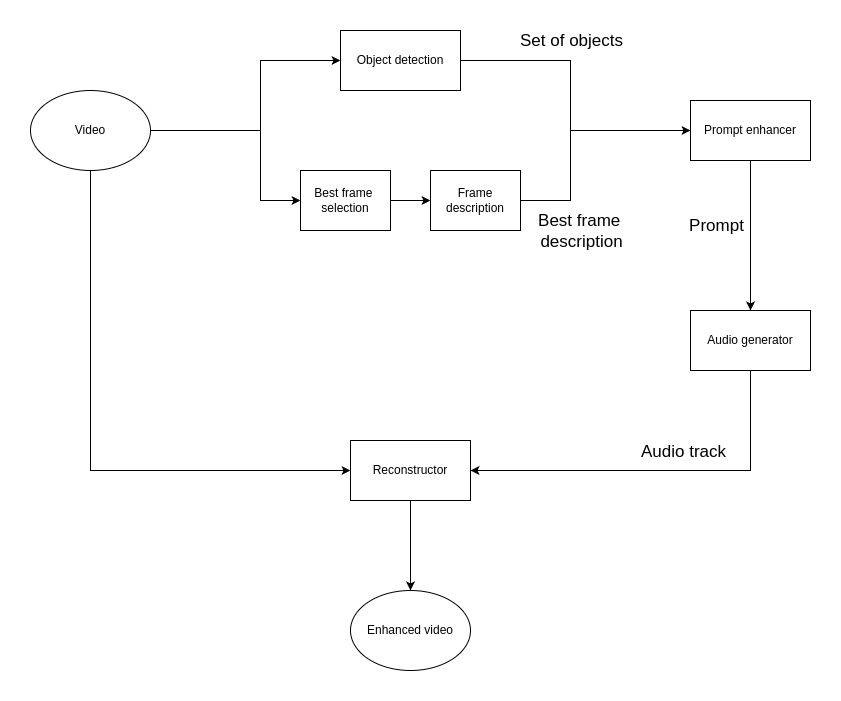
Above: Final_report/final_architecture.png in maikuvit/Immersivaudio (draw.io), before the change. Source tidied: cells renumbered, new cells last; positions are measured from the earlier drawing's top-left corner, leaving out a move shared by most shapes. Its diagram source:
```xml
<mxGraphModel>
  <root>
    <mxCell id="0" />
    <mxCell id="1" parent="0" />
    <mxCell id="2" style="edgeStyle=orthogonalEdgeStyle;rounded=0;jettySize=auto;html=1;exitX=1;exitY=0.5;exitDx=0;exitDy=0;entryX=0;entryY=0.5;entryDx=0;entryDy=0;" parent="1" edge="1" source="5" target="8">
      <mxGeometry relative="1" as="geometry">
        <Array as="points">
          <mxPoint x="540" y="30" />
          <mxPoint x="540" y="100" />
        </Array>
      </mxGeometry>
    </mxCell>
    <mxCell id="3" value="&lt;span style=&quot;font-size: 17px;&quot;&gt;S&lt;/span&gt;&lt;span style=&quot;font-size: 17px;&quot;&gt;et of objects&lt;/span&gt;" style="edgeLabel;html=1;align=center;verticalAlign=middle;" parent="2" vertex="1">
      <mxGeometry y="-1" relative="1" as="geometry">
        <mxPoint x="1" y="-60" as="offset" />
      </mxGeometry>
    </mxCell>
    <mxCell id="4" value="&lt;span style=&quot;font-size: 17px;&quot;&gt;Best frame&amp;nbsp;&lt;br&gt;description&lt;/span&gt;" style="edgeLabel;html=1;align=center;verticalAlign=middle;" parent="2" vertex="1">
      <mxGeometry y="-1" relative="1" as="geometry">
        <mxPoint x="11" y="130" as="offset" />
      </mxGeometry>
    </mxCell>
    <mxCell id="5" value="Object detection" style="rounded=0;whiteSpace=wrap;html=1;" parent="1" vertex="1">
      <mxGeometry x="310" width="120" height="60" as="geometry" />
    </mxCell>
    <mxCell id="6" style="edgeStyle=orthogonalEdgeStyle;rounded=0;jettySize=auto;html=1;exitX=0.5;exitY=1;exitDx=0;exitDy=0;" parent="1" edge="1" source="8" target="11">
      <mxGeometry relative="1" as="geometry" />
    </mxCell>
    <mxCell id="7" value="&lt;font style=&quot;font-size: 17px;&quot;&gt;Prompt&lt;/font&gt;" style="edgeLabel;html=1;align=center;verticalAlign=middle;" parent="6" vertex="1">
      <mxGeometry x="-0.14" y="1" relative="1" as="geometry">
        <mxPoint x="-36" as="offset" />
      </mxGeometry>
    </mxCell>
    <mxCell id="8" value="Prompt enhancer" style="rounded=0;whiteSpace=wrap;html=1;" parent="1" vertex="1">
      <mxGeometry x="660" y="70" width="120" height="60" as="geometry" />
    </mxCell>
    <mxCell id="9" style="edgeStyle=orthogonalEdgeStyle;rounded=0;jettySize=auto;html=1;exitX=0.5;exitY=1;exitDx=0;exitDy=0;entryX=1;entryY=0.5;entryDx=0;entryDy=0;" parent="1" edge="1" source="11" target="13">
      <mxGeometry relative="1" as="geometry">
        <Array as="points">
          <mxPoint x="720" y="440" />
        </Array>
      </mxGeometry>
    </mxCell>
    <mxCell id="10" value="&lt;font style=&quot;font-size: 17px;&quot;&gt;Audio track&lt;/font&gt;" style="edgeLabel;html=1;align=center;verticalAlign=middle;" parent="9" vertex="1">
      <mxGeometry x="0.24" y="-1" relative="1" as="geometry">
        <mxPoint x="67" y="-18" as="offset" />
      </mxGeometry>
    </mxCell>
    <mxCell id="11" value="Audio generator" style="rounded=0;whiteSpace=wrap;html=1;" parent="1" vertex="1">
      <mxGeometry x="660" y="280" width="120" height="60" as="geometry" />
    </mxCell>
    <mxCell id="12" style="edgeStyle=orthogonalEdgeStyle;rounded=0;jettySize=auto;html=1;entryX=0.5;entryY=0;entryDx=0;entryDy=0;" parent="1" edge="1" source="13" target="18">
      <mxGeometry relative="1" as="geometry" />
    </mxCell>
    <mxCell id="13" value="Reconstructor" style="rounded=0;whiteSpace=wrap;html=1;" parent="1" vertex="1">
      <mxGeometry x="320" y="410" width="120" height="60" as="geometry" />
    </mxCell>
    <mxCell id="14" style="edgeStyle=orthogonalEdgeStyle;rounded=0;jettySize=auto;html=1;exitX=1;exitY=0.5;exitDx=0;exitDy=0;entryX=0;entryY=0.5;entryDx=0;entryDy=0;" parent="1" edge="1" source="17" target="5">
      <mxGeometry relative="1" as="geometry">
        <Array as="points">
          <mxPoint x="230" y="100" />
          <mxPoint x="230" y="30" />
        </Array>
      </mxGeometry>
    </mxCell>
    <mxCell id="15" style="edgeStyle=orthogonalEdgeStyle;rounded=0;jettySize=auto;html=1;entryX=0;entryY=0.5;entryDx=0;entryDy=0;exitX=0.5;exitY=1;exitDx=0;exitDy=0;" parent="1" edge="1" source="17" target="13">
      <mxGeometry relative="1" as="geometry">
        <Array as="points">
          <mxPoint x="60" y="440" />
        </Array>
      </mxGeometry>
    </mxCell>
    <mxCell id="16" style="edgeStyle=orthogonalEdgeStyle;rounded=0;jettySize=auto;html=1;exitX=1;exitY=0.5;exitDx=0;exitDy=0;entryX=0;entryY=0.5;entryDx=0;entryDy=0;" parent="1" edge="1" source="17" target="21">
      <mxGeometry relative="1" as="geometry">
        <Array as="points">
          <mxPoint x="230" y="100" />
          <mxPoint x="230" y="170" />
        </Array>
      </mxGeometry>
    </mxCell>
    <mxCell id="17" value="Video&lt;br&gt;" style="ellipse;whiteSpace=wrap;html=1;" parent="1" vertex="1">
      <mxGeometry y="60" width="120" height="80" as="geometry" />
    </mxCell>
    <mxCell id="18" value="Enhanced video" style="ellipse;whiteSpace=wrap;html=1;" parent="1" vertex="1">
      <mxGeometry x="320" y="560" width="120" height="80" as="geometry" />
    </mxCell>
    <mxCell id="19" style="edgeStyle=orthogonalEdgeStyle;rounded=0;jettySize=auto;html=1;exitX=1;exitY=0.5;exitDx=0;exitDy=0;entryX=0;entryY=0.5;entryDx=0;entryDy=0;" parent="1" edge="1" source="22" target="8">
      <mxGeometry relative="1" as="geometry">
        <Array as="points">
          <mxPoint x="540" y="170" />
          <mxPoint x="540" y="100" />
        </Array>
      </mxGeometry>
    </mxCell>
    <mxCell id="20" style="edgeStyle=orthogonalEdgeStyle;rounded=0;jettySize=auto;html=1;exitX=1;exitY=0.5;exitDx=0;exitDy=0;entryX=0;entryY=0.5;entryDx=0;entryDy=0;" parent="1" edge="1" source="21" target="22">
      <mxGeometry relative="1" as="geometry" />
    </mxCell>
    <mxCell id="21" value="Best f&lt;span style=&quot;background-color: initial;&quot;&gt;rame&amp;nbsp;&lt;/span&gt;&lt;div&gt;&lt;div&gt;selection&lt;/div&gt;&lt;/div&gt;" style="rounded=0;whiteSpace=wrap;html=1;" parent="1" vertex="1">
      <mxGeometry x="270" y="140" width="90" height="60" as="geometry" />
    </mxCell>
    <mxCell id="22" value="Frame description" style="rounded=0;whiteSpace=wrap;html=1;" parent="1" vertex="1">
      <mxGeometry x="400" y="140" width="90" height="60" as="geometry" />
    </mxCell>
  </root>
</mxGraphModel>
```
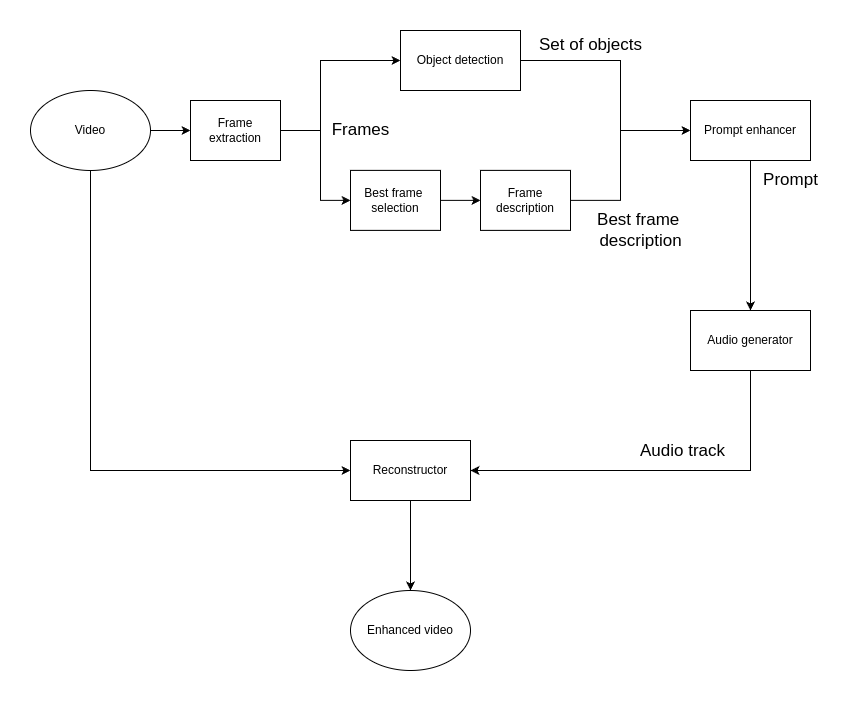
After the change.

What changed in the source:
```diff
@@ -5,30 +5,35 @@
     <mxCell id="2" style="edgeStyle=orthogonalEdgeStyle;rounded=0;jettySize=auto;html=1;exitX=1;exitY=0.5;exitDx=0;exitDy=0;entryX=0;entryY=0.5;entryDx=0;entryDy=0;" parent="1" edge="1" source="5" target="8">
       <mxGeometry relative="1" as="geometry">
         <Array as="points">
-          <mxPoint x="540" y="30" />
-          <mxPoint x="540" y="100" />
+          <mxPoint x="590" y="30" />
+          <mxPoint x="590" y="100" />
         </Array>
       </mxGeometry>
     </mxCell>
     <mxCell id="3" value="&lt;span style=&quot;font-size: 17px;&quot;&gt;S&lt;/span&gt;&lt;span style=&quot;font-size: 17px;&quot;&gt;et of objects&lt;/span&gt;" style="edgeLabel;html=1;align=center;verticalAlign=middle;" parent="2" vertex="1">
       <mxGeometry y="-1" relative="1" as="geometry">
-        <mxPoint x="1" y="-60" as="offset" />
+        <mxPoint x="-29" y="-35" as="offset" />
       </mxGeometry>
     </mxCell>
     <mxCell id="4" value="&lt;span style=&quot;font-size: 17px;&quot;&gt;Best frame&amp;nbsp;&lt;br&gt;description&lt;/span&gt;" style="edgeLabel;html=1;align=center;verticalAlign=middle;" parent="2" vertex="1">
       <mxGeometry y="-1" relative="1" as="geometry">
-        <mxPoint x="11" y="130" as="offset" />
+        <mxPoint x="21" y="150" as="offset" />
       </mxGeometry>
     </mxCell>
+    <mxCell id="23" value="&lt;span style=&quot;font-size: 17px;&quot;&gt;Frames&lt;/span&gt;" style="edgeLabel;html=1;align=center;verticalAlign=middle;" parent="2" vertex="1">
+      <mxGeometry y="-1" relative="1" as="geometry">
+        <mxPoint x="-259" y="50" as="offset" />
+      </mxGeometry>
+    </mxCell>
     <mxCell id="5" value="Object detection" style="rounded=0;whiteSpace=wrap;html=1;" parent="1" vertex="1">
-      <mxGeometry x="310" width="120" height="60" as="geometry" />
+      <mxGeometry x="370" width="120" height="60" as="geometry" />
     </mxCell>
     <mxCell id="6" style="edgeStyle=orthogonalEdgeStyle;rounded=0;jettySize=auto;html=1;exitX=0.5;exitY=1;exitDx=0;exitDy=0;" parent="1" edge="1" source="8" target="11">
       <mxGeometry relative="1" as="geometry" />
     </mxCell>
     <mxCell id="7" value="&lt;font style=&quot;font-size: 17px;&quot;&gt;Prompt&lt;/font&gt;" style="edgeLabel;html=1;align=center;verticalAlign=middle;" parent="6" vertex="1">
       <mxGeometry x="-0.14" y="1" relative="1" as="geometry">
-        <mxPoint x="-36" as="offset" />
+        <mxPoint x="39" y="-45" as="offset" />
       </mxGeometry>
     </mxCell>
     <mxCell id="8" value="Prompt enhancer" style="rounded=0;whiteSpace=wrap;html=1;" parent="1" vertex="1">
@@ -55,14 +60,6 @@
     <mxCell id="13" value="Reconstructor" style="rounded=0;whiteSpace=wrap;html=1;" parent="1" vertex="1">
       <mxGeometry x="320" y="410" width="120" height="60" as="geometry" />
     </mxCell>
-    <mxCell id="14" style="edgeStyle=orthogonalEdgeStyle;rounded=0;jettySize=auto;html=1;exitX=1;exitY=0.5;exitDx=0;exitDy=0;entryX=0;entryY=0.5;entryDx=0;entryDy=0;" parent="1" edge="1" source="17" target="5">
-      <mxGeometry relative="1" as="geometry">
-        <Array as="points">
-          <mxPoint x="230" y="100" />
-          <mxPoint x="230" y="30" />
-        </Array>
-      </mxGeometry>
-    </mxCell>
     <mxCell id="15" style="edgeStyle=orthogonalEdgeStyle;rounded=0;jettySize=auto;html=1;entryX=0;entryY=0.5;entryDx=0;entryDy=0;exitX=0.5;exitY=1;exitDx=0;exitDy=0;" parent="1" edge="1" source="17" target="13">
       <mxGeometry relative="1" as="geometry">
         <Array as="points">
@@ -70,14 +67,9 @@
         </Array>
       </mxGeometry>
     </mxCell>
-    <mxCell id="16" style="edgeStyle=orthogonalEdgeStyle;rounded=0;jettySize=auto;html=1;exitX=1;exitY=0.5;exitDx=0;exitDy=0;entryX=0;entryY=0.5;entryDx=0;entryDy=0;" parent="1" edge="1" source="17" target="21">
-      <mxGeometry relative="1" as="geometry">
-        <Array as="points">
-          <mxPoint x="230" y="100" />
-          <mxPoint x="230" y="170" />
-        </Array>
-      </mxGeometry>
-    </mxCell>
+    <mxCell id="24" style="edgeStyle=orthogonalEdgeStyle;rounded=0;jettySize=auto;html=1;exitX=1;exitY=0.5;exitDx=0;exitDy=0;entryX=0;entryY=0.5;entryDx=0;entryDy=0;" parent="1" edge="1" source="17" target="27">
+      <mxGeometry relative="1" as="geometry" />
+    </mxCell>
     <mxCell id="17" value="Video&lt;br&gt;" style="ellipse;whiteSpace=wrap;html=1;" parent="1" vertex="1">
       <mxGeometry y="60" width="120" height="80" as="geometry" />
     </mxCell>
@@ -87,8 +79,8 @@
     <mxCell id="19" style="edgeStyle=orthogonalEdgeStyle;rounded=0;jettySize=auto;html=1;exitX=1;exitY=0.5;exitDx=0;exitDy=0;entryX=0;entryY=0.5;entryDx=0;entryDy=0;" parent="1" edge="1" source="22" target="8">
       <mxGeometry relative="1" as="geometry">
         <Array as="points">
-          <mxPoint x="540" y="170" />
-          <mxPoint x="540" y="100" />
+          <mxPoint x="590" y="170" />
+          <mxPoint x="590" y="100" />
         </Array>
       </mxGeometry>
     </mxCell>
@@ -96,10 +88,29 @@
       <mxGeometry relative="1" as="geometry" />
     </mxCell>
     <mxCell id="21" value="Best f&lt;span style=&quot;background-color: initial;&quot;&gt;rame&amp;nbsp;&lt;/span&gt;&lt;div&gt;&lt;div&gt;selection&lt;/div&gt;&lt;/div&gt;" style="rounded=0;whiteSpace=wrap;html=1;" parent="1" vertex="1">
-      <mxGeometry x="270" y="140" width="90" height="60" as="geometry" />
+      <mxGeometry x="320" y="139.9" width="90" height="60" as="geometry" />
     </mxCell>
     <mxCell id="22" value="Frame description" style="rounded=0;whiteSpace=wrap;html=1;" parent="1" vertex="1">
-      <mxGeometry x="400" y="140" width="90" height="60" as="geometry" />
+      <mxGeometry x="450" y="139.9" width="90" height="60" as="geometry" />
     </mxCell>
+    <mxCell id="25" style="edgeStyle=orthogonalEdgeStyle;rounded=0;jettySize=auto;html=1;exitX=1;exitY=0.5;exitDx=0;exitDy=0;entryX=0;entryY=0.5;entryDx=0;entryDy=0;" parent="1" edge="1" source="27" target="5">
+      <mxGeometry relative="1" as="geometry">
+        <Array as="points">
+          <mxPoint x="290" y="100" />
+          <mxPoint x="290" y="30" />
+        </Array>
+      </mxGeometry>
+    </mxCell>
+    <mxCell id="26" style="edgeStyle=orthogonalEdgeStyle;rounded=0;jettySize=auto;html=1;exitX=1;exitY=0.5;exitDx=0;exitDy=0;entryX=0;entryY=0.5;entryDx=0;entryDy=0;" parent="1" edge="1" source="27" target="21">
+      <mxGeometry relative="1" as="geometry">
+        <Array as="points">
+          <mxPoint x="290" y="100" />
+          <mxPoint x="290" y="170" />
+        </Array>
+      </mxGeometry>
+    </mxCell>
+    <mxCell id="27" value="Frame extraction" style="rounded=0;whiteSpace=wrap;html=1;" parent="1" vertex="1">
+      <mxGeometry x="160" y="70" width="90" height="60" as="geometry" />
+    </mxCell>
   </root>
 </mxGraphModel>
```
